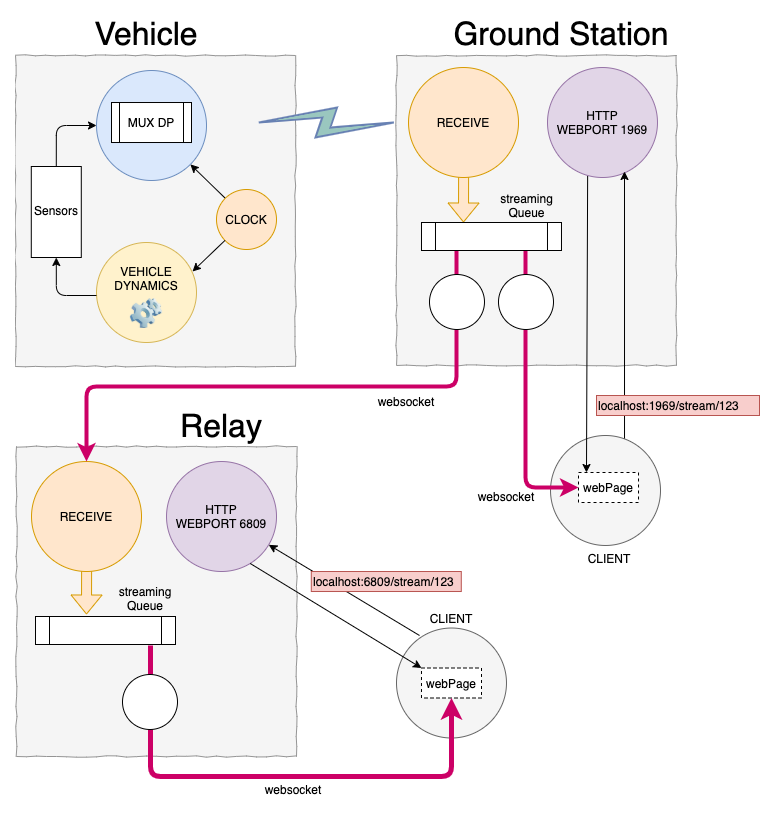
Before: daq.png, a diagram exported from draw.io (crmathieu/daq). Source tidied: cells renumbered, new cells last; positions are measured from the earlier drawing's top-left corner, leaving out a move shared by most shapes.
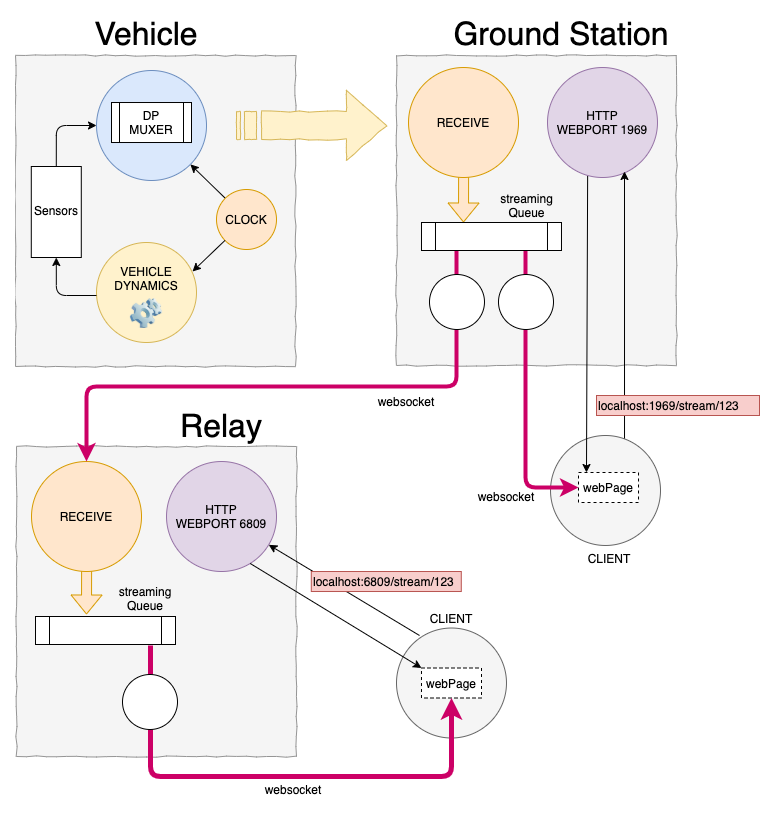
Above is the later version.

Change to the diagram source:
```diff
@@ -17,7 +17,7 @@
     <mxCell id="6" style="ellipse;whiteSpace=wrap;html=1;fillColor=#dae8fc;strokeColor=#6c8ebf;" parent="1" vertex="1">
       <mxGeometry x="81" y="47" width="110" height="110" as="geometry" />
     </mxCell>
-    <mxCell id="7" value="MUX DP" style="shape=process;whiteSpace=wrap;html=1;backgroundOutline=1;" parent="1" vertex="1">
+    <mxCell id="7" value="DP MUXER" style="shape=process;whiteSpace=wrap;html=1;backgroundOutline=1;" parent="1" vertex="1">
       <mxGeometry x="96" y="79" width="80" height="40" as="geometry" />
     </mxCell>
     <mxCell id="8" style="rounded=0;whiteSpace=wrap;html=1;fillColor=#f5f5f5;strokeColor=#949494;fontColor=#333333;strokeWidth=1;shadow=0;comic=1;" parent="1" vertex="1">
@@ -32,9 +32,6 @@
     <mxCell id="11" style="endArrow=classic;html=1;exitX=0;exitY=0;exitDx=0;exitDy=0;entryX=1;entryY=1;entryDx=0;entryDy=0;" parent="1" edge="1" source="13" target="6">
       <mxGeometry relative="1" as="geometry" />
     </mxCell>
-    <mxCell id="12" style="fontColor=#0066CC;verticalAlign=top;verticalLabelPosition=bottom;labelPosition=center;align=center;html=1;fillColor=#9AC7BF;strokeColor=#6881B3;gradientColor=none;gradientDirection=north;strokeWidth=2;shape=mxgraph.networks.comm_link;rotation=-90;labelBackgroundColor=#CCE5FF;" parent="1" vertex="1">
-      <mxGeometry x="295.8" y="31.6" width="30" height="134.9" as="geometry" />
-    </mxCell>
     <mxCell id="13" value="CLOCK" style="ellipse;whiteSpace=wrap;html=1;fillColor=#ffe6cc;strokeColor=#d79b00;" parent="1" vertex="1">
       <mxGeometry x="201" y="166" width="60" height="60" as="geometry" />
     </mxCell>
@@ -174,5 +171,8 @@
     <mxCell id="50" style="image;html=1;labelBackgroundColor=#ffffff;image=img/lib/clip_art/computers/Software_128x128.png;rounded=0;shadow=0;glass=0;comic=0;strokeColor=#FF8000;strokeWidth=2;" parent="1" vertex="1">
       <mxGeometry x="111" y="275" width="40" height="30" as="geometry" />
     </mxCell>
+    <mxCell id="51" style="html=1;shadow=0;dashed=0;align=center;verticalAlign=middle;shape=mxgraph.arrows2.stripedArrow;dy=0.6;dx=40;notch=25;rounded=0;glass=0;comic=1;strokeColor=#d6b656;strokeWidth=1;fillColor=#fff2cc;" parent="1" vertex="1">
+      <mxGeometry x="221" y="67" width="150" height="70" as="geometry" />
+    </mxCell>
   </root>
 </mxGraphModel>
```
